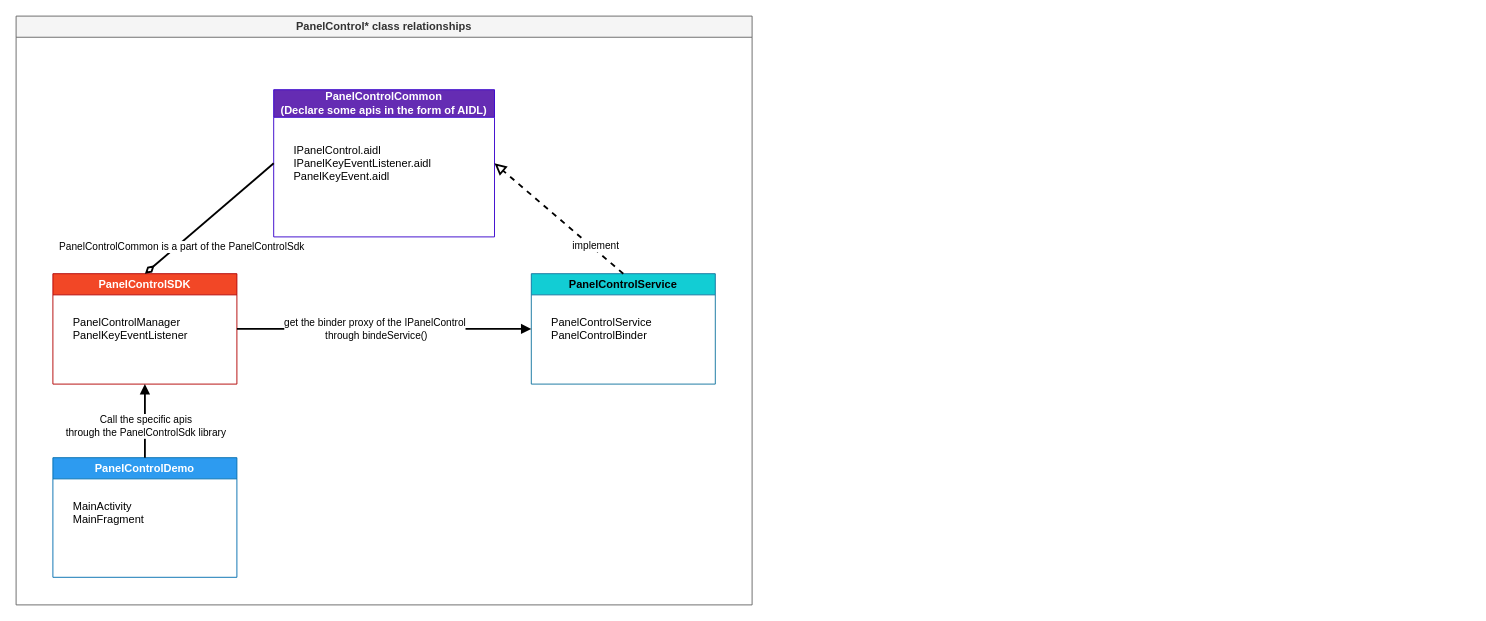
This is PanelControl* class relationships.drawio from windboat/draw.io, a draw.io file, before an edit. Source tidied: cells renumbered, new cells numbered last; positions are measured from the earlier drawing's top-left corner, leaving out a move shared by most shapes. Both pictures are drawn from the tidied source at 92%, with x=0, y=0 at pixel (16, 16).
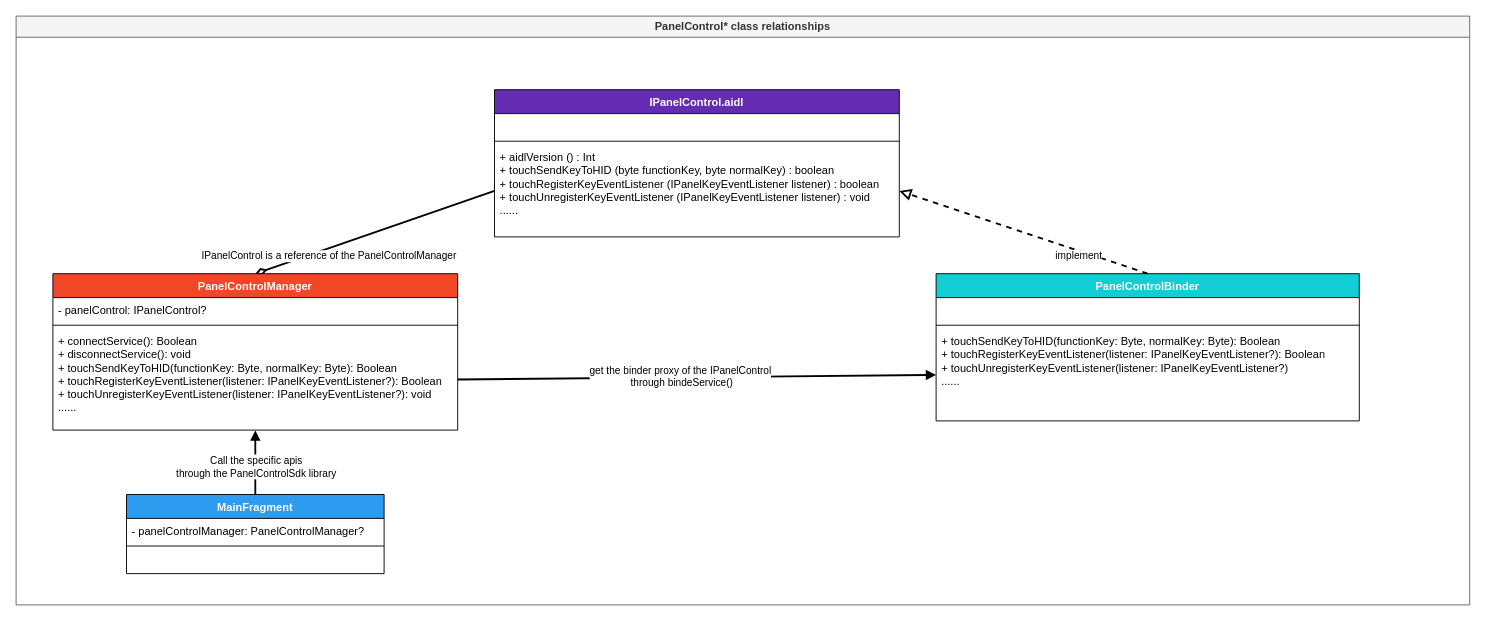
After the change.

The edit, as a diff of the source:
```diff
@@
     <mxCell id="2" value="PanelControl* class relationships" style="swimlane;whiteSpace=wrap;html=1;fillColor=#f5f5f5;fontColor=#333333;strokeColor=#666666;" parent="1" vertex="1">
-      <mxGeometry width="800" height="640" as="geometry" />
+      <mxGeometry width="1580" height="640" as="geometry" />
     </mxCell>
-    <mxCell id="3" value="PanelControlCommon&lt;br&gt;(Declare some apis in the form of AIDL)" style="swimlane;whiteSpace=wrap;html=1;startSize=30;fillColor=#652cb3;strokeColor=#3700CC;swimlaneFillColor=none;fontColor=#ffffff;" parent="2" vertex="1">
-      <mxGeometry x="280" y="80" width="240" height="160" as="geometry" />
-    </mxCell>
-    <mxCell id="4" value="&lt;div&gt;IPanelControl.aidl&lt;/div&gt;&lt;div&gt;IPanelKeyEventListener.aidl&lt;/div&gt;&lt;div&gt;PanelKeyEvent.aidl&lt;/div&gt;" style="text;html=1;align=left;verticalAlign=middle;strokeColor=none;fillColor=none;" parent="3" vertex="1">
-      <mxGeometry x="20" y="50" width="170" height="60" as="geometry" />
-    </mxCell>
-    <mxCell id="5" value="PanelControlSDK" style="swimlane;whiteSpace=wrap;html=1;startSize=23;fillColor=#f24726;strokeColor=#B20000;fontColor=#ffffff;" parent="2" vertex="1">
-      <mxGeometry x="40" y="280" width="200" height="120" as="geometry" />
-    </mxCell>
-    <mxCell id="6" value="&lt;div&gt;PanelControlManager&lt;/div&gt;&lt;div&gt;PanelKeyEventListener&lt;/div&gt;" style="text;html=1;align=left;verticalAlign=middle;strokeColor=none;fillColor=none;" parent="5" vertex="1">
-      <mxGeometry x="20" y="40" width="150" height="40" as="geometry" />
-    </mxCell>
-    <mxCell id="7" value="PanelControlService" style="swimlane;whiteSpace=wrap;html=1;startSize=23;fillColor=#12CDD4;strokeColor=#10739e;" parent="2" vertex="1">
-      <mxGeometry x="560" y="280" width="200" height="120" as="geometry" />
-    </mxCell>
-    <mxCell id="8" value="&lt;div&gt;PanelControlService&lt;/div&gt;&lt;div&gt;PanelControlBinder&lt;/div&gt;" style="text;html=1;align=left;verticalAlign=middle;strokeColor=none;fillColor=none;" parent="7" vertex="1">
-      <mxGeometry x="20" y="40" width="130" height="40" as="geometry" />
-    </mxCell>
-    <mxCell id="9" value="PanelControlDemo" style="swimlane;whiteSpace=wrap;html=1;startSize=23;fillColor=#2d9bf0;fontColor=#ffffff;strokeColor=#006EAF;" parent="2" vertex="1">
-      <mxGeometry x="40" y="480" width="200" height="130" as="geometry" />
-    </mxCell>
-    <mxCell id="10" value="&lt;div&gt;MainActivity&lt;/div&gt;&lt;div&gt;MainFragment&lt;/div&gt;" style="text;html=1;align=left;verticalAlign=middle;strokeColor=none;fillColor=none;" parent="9" vertex="1">
-      <mxGeometry x="20" y="40" width="100" height="40" as="geometry" />
-    </mxCell>
-    <mxCell id="11" style="endArrow=block;startArrow=none;endFill=0;startFill=0;endSize=8;html=1;verticalAlign=bottom;dashed=1;labelBackgroundColor=none;rounded=0;entryX=1;entryY=0.5;entryDx=0;entryDy=0;exitX=0.5;exitY=0;exitDx=0;exitDy=0;strokeWidth=2;" parent="2" edge="1" source="7" target="3">
+    <mxCell id="11" style="endArrow=block;startArrow=none;endFill=0;startFill=0;endSize=8;html=1;verticalAlign=bottom;dashed=1;labelBackgroundColor=none;rounded=0;entryX=1;entryY=0.5;entryDx=0;entryDy=0;strokeWidth=2;exitX=0.5;exitY=0;exitDx=0;exitDy=0;" parent="2" edge="1" source="27" target="22">
       <mxGeometry relative="1" as="geometry" />
     </mxCell>
@@
-    <mxCell id="13" style="html=1;verticalAlign=bottom;labelBackgroundColor=none;endArrow=block;endFill=1;rounded=0;entryX=0.5;entryY=1;entryDx=0;entryDy=0;exitX=0.5;exitY=0;exitDx=0;exitDy=0;strokeWidth=2;" parent="2" edge="1" source="9" target="5">
+    <mxCell id="13" style="html=1;verticalAlign=bottom;labelBackgroundColor=none;endArrow=block;endFill=1;rounded=0;exitX=0.5;exitY=0;exitDx=0;exitDy=0;strokeWidth=2;entryX=0.5;entryY=1.003;entryDx=0;entryDy=0;entryPerimeter=0;" parent="2" edge="1" source="31" target="26">
       <mxGeometry relative="1" as="geometry" />
     </mxCell>
@@
-    <mxCell id="15" style="html=1;verticalAlign=bottom;labelBackgroundColor=none;endArrow=block;endFill=1;rounded=0;entryX=0;entryY=0.5;entryDx=0;entryDy=0;exitX=1;exitY=0.5;exitDx=0;exitDy=0;strokeWidth=2;" parent="2" edge="1" source="5" target="7">
+    <mxCell id="15" style="html=1;verticalAlign=bottom;labelBackgroundColor=none;endArrow=block;endFill=1;rounded=0;entryX=0;entryY=0.5;entryDx=0;entryDy=0;exitX=1;exitY=0.5;exitDx=0;exitDy=0;strokeWidth=2;" parent="2" edge="1" source="26" target="30">
       <mxGeometry relative="1" as="geometry" />
     </mxCell>
@@
-    <mxCell id="17" style="endArrow=none;startArrow=diamondThin;endFill=0;startFill=0;html=1;verticalAlign=bottom;labelBackgroundColor=none;strokeWidth=2;startSize=8;endSize=8;rounded=0;entryX=0;entryY=0.5;entryDx=0;entryDy=0;exitX=0.5;exitY=0;exitDx=0;exitDy=0;" parent="2" edge="1" source="5" target="3">
+    <mxCell id="17" style="endArrow=none;startArrow=diamondThin;endFill=0;startFill=0;html=1;verticalAlign=bottom;labelBackgroundColor=none;strokeWidth=2;startSize=8;endSize=8;rounded=0;entryX=0;entryY=0.5;entryDx=0;entryDy=0;exitX=0.5;exitY=0;exitDx=0;exitDy=0;" parent="2" edge="1" source="23" target="22">
       <mxGeometry relative="1" as="geometry" />
     </mxCell>
-    <mxCell id="18" value="PanelControlCommon is a part of the PanelControlSdk" style="edgeLabel;html=1;align=center;verticalAlign=middle;" parent="17" vertex="1">
+    <mxCell id="18" value="IPanelControl is a reference of the PanelControlManager" style="edgeLabel;html=1;align=center;verticalAlign=middle;" parent="17" vertex="1">
       <mxGeometry x="-0.34" y="1" relative="1" as="geometry">
         <mxPoint x="-6" y="11" as="offset" />
       </mxGeometry>
     </mxCell>
+    <mxCell id="19" value="IPanelControl.aidl" style="swimlane;fontStyle=1;align=center;verticalAlign=top;horizontal=1;startSize=26;whiteSpace=wrap;html=1;fillColor=#652CB3;fontColor=#FFFFFF;" parent="2" vertex="1">
+      <mxGeometry x="520" y="80" width="440" height="160" as="geometry" />
+    </mxCell>
+    <mxCell id="20" value="&amp;nbsp;" style="text;strokeColor=none;fillColor=none;align=left;verticalAlign=top;spacingLeft=4;spacingRight=4;overflow=hidden;whiteSpace=wrap;html=1;" parent="19" vertex="1">
+      <mxGeometry y="26" width="440" height="26" as="geometry" />
+    </mxCell>
+    <mxCell id="21" style="line;strokeWidth=1;fillColor=none;align=left;verticalAlign=middle;spacingTop=-1;spacingLeft=3;spacingRight=3;labelPosition=right;strokeColor=inherit;" parent="19" vertex="1">
+      <mxGeometry y="52" width="440" height="8" as="geometry" />
+    </mxCell>
+    <mxCell id="22" value="&lt;div&gt;+ aidlVersion () : Int&lt;/div&gt;&lt;div&gt;+ touchSendKeyToHID (byte functionKey, byte normalKey) : boolean&lt;/div&gt;&lt;div&gt;+ touchRegisterKeyEventListener (IPanelKeyEventListener listener) : boolean&lt;/div&gt;&lt;div&gt;+ touchUnregisterKeyEventListener (IPanelKeyEventListener listener) : void&lt;/div&gt;&lt;div&gt;......&lt;/div&gt;" style="text;strokeColor=none;fillColor=none;align=left;verticalAlign=top;spacingLeft=4;spacingRight=4;overflow=hidden;points=[[0,0.5],[1,0.5]];portConstraint=eastwest;whiteSpace=wrap;html=1;" parent="19" vertex="1">
+      <mxGeometry y="60" width="440" height="100" as="geometry" />
+    </mxCell>
+    <mxCell id="23" value="PanelControlManager" style="swimlane;fontStyle=1;align=center;verticalAlign=top;horizontal=1;startSize=26;whiteSpace=wrap;html=1;fillColor=#F24726;fontColor=#FFFFFF;" parent="2" vertex="1">
+      <mxGeometry x="40" y="280" width="440" height="170" as="geometry" />
+    </mxCell>
+    <mxCell id="24" value="- panelControl: IPanelControl?" style="text;strokeColor=none;fillColor=none;align=left;verticalAlign=top;spacingLeft=4;spacingRight=4;overflow=hidden;whiteSpace=wrap;html=1;" parent="23" vertex="1">
+      <mxGeometry y="26" width="440" height="26" as="geometry" />
+    </mxCell>
+    <mxCell id="25" style="line;strokeWidth=1;fillColor=none;align=left;verticalAlign=middle;spacingTop=-1;spacingLeft=3;spacingRight=3;labelPosition=right;strokeColor=inherit;" parent="23" vertex="1">
+      <mxGeometry y="52" width="440" height="8" as="geometry" />
+    </mxCell>
+    <mxCell id="26" value="&lt;div&gt;+ connectService(): Boolean&lt;/div&gt;&lt;div&gt;+ disconnectService(): void&lt;/div&gt;&lt;div&gt;+ touchSendKeyToHID(functionKey: Byte, normalKey: Byte): Boolean&lt;/div&gt;&lt;div&gt;+ touchRegisterKeyEventListener(listener: IPanelKeyEventListener?): Boolean&lt;/div&gt;&lt;div&gt;+ touchUnregisterKeyEventListener(listener: IPanelKeyEventListener?): void&lt;/div&gt;&lt;div&gt;......&lt;/div&gt;" style="text;strokeColor=none;fillColor=none;align=left;verticalAlign=top;spacingLeft=4;spacingRight=4;overflow=hidden;points=[[0,0.5],[1,0.5]];portConstraint=eastwest;whiteSpace=wrap;html=1;" parent="23" vertex="1">
+      <mxGeometry y="60" width="440" height="110" as="geometry" />
+    </mxCell>
+    <mxCell id="27" value="PanelControlBinder" style="swimlane;fontStyle=1;align=center;verticalAlign=top;horizontal=1;startSize=26;whiteSpace=wrap;html=1;fillColor=#12CDD4;fontColor=#FFFFFF;" parent="2" vertex="1">
+      <mxGeometry x="1000" y="280" width="460" height="160" as="geometry" />
+    </mxCell>
+    <mxCell id="28" value="&amp;nbsp;" style="text;strokeColor=none;fillColor=none;align=left;verticalAlign=top;spacingLeft=4;spacingRight=4;overflow=hidden;whiteSpace=wrap;html=1;" parent="27" vertex="1">
+      <mxGeometry y="26" width="460" height="26" as="geometry" />
+    </mxCell>
+    <mxCell id="29" style="line;strokeWidth=1;fillColor=none;align=left;verticalAlign=middle;spacingTop=-1;spacingLeft=3;spacingRight=3;labelPosition=right;strokeColor=inherit;" parent="27" vertex="1">
+      <mxGeometry y="52" width="460" height="8" as="geometry" />
+    </mxCell>
+    <mxCell id="30" value="&lt;div&gt;+ touchSendKeyToHID(functionKey: Byte, normalKey: Byte): Boolean&lt;/div&gt;&lt;div&gt;+ touchRegisterKeyEventListener(listener: IPanelKeyEventListener?): Boolean&lt;/div&gt;&lt;div&gt;+ touchUnregisterKeyEventListener(listener: IPanelKeyEventListener?)&lt;/div&gt;&lt;div&gt;......&lt;/div&gt;" style="text;strokeColor=none;fillColor=none;align=left;verticalAlign=top;spacingLeft=4;spacingRight=4;overflow=hidden;points=[[0,0.5],[1,0.5]];portConstraint=eastwest;whiteSpace=wrap;html=1;" parent="27" vertex="1">
+      <mxGeometry y="60" width="460" height="100" as="geometry" />
+    </mxCell>
+    <mxCell id="31" value="MainFragment" style="swimlane;fontStyle=1;align=center;verticalAlign=top;horizontal=1;startSize=26;whiteSpace=wrap;html=1;fillColor=#2D9BF0;fontColor=#FFFFFF;" parent="2" vertex="1">
+      <mxGeometry x="120" y="520" width="280" height="86" as="geometry" />
+    </mxCell>
+    <mxCell id="32" value="- panelControlManager: PanelControlManager?" style="text;strokeColor=none;fillColor=none;align=left;verticalAlign=top;spacingLeft=4;spacingRight=4;overflow=hidden;whiteSpace=wrap;html=1;" parent="31" vertex="1">
+      <mxGeometry y="26" width="280" height="26" as="geometry" />
+    </mxCell>
+    <mxCell id="33" style="line;strokeWidth=1;fillColor=none;align=left;verticalAlign=middle;spacingTop=-1;spacingLeft=3;spacingRight=3;labelPosition=right;strokeColor=inherit;" parent="31" vertex="1">
+      <mxGeometry y="52" width="280" height="8" as="geometry" />
+    </mxCell>
+    <mxCell id="34" value="&amp;nbsp;" style="text;strokeColor=none;fillColor=none;align=left;verticalAlign=top;spacingLeft=4;spacingRight=4;overflow=hidden;whiteSpace=wrap;html=1;" parent="31" vertex="1">
+      <mxGeometry y="60" width="280" height="26" as="geometry" />
+    </mxCell>
```
